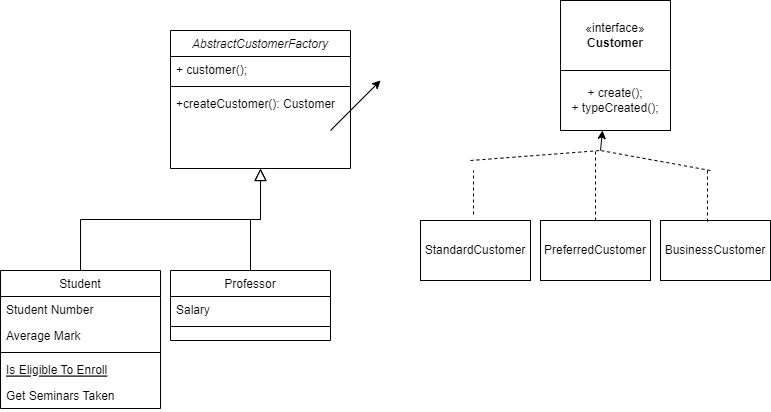
Before: Assign3Part3 Diagram.drawio.png, a diagram exported from draw.io (jimmyjazz31/CS665Assign3). Source tidied: cells renumbered, new cells last; positions are measured from the earlier drawing's top-left corner, leaving out a move shared by most shapes.
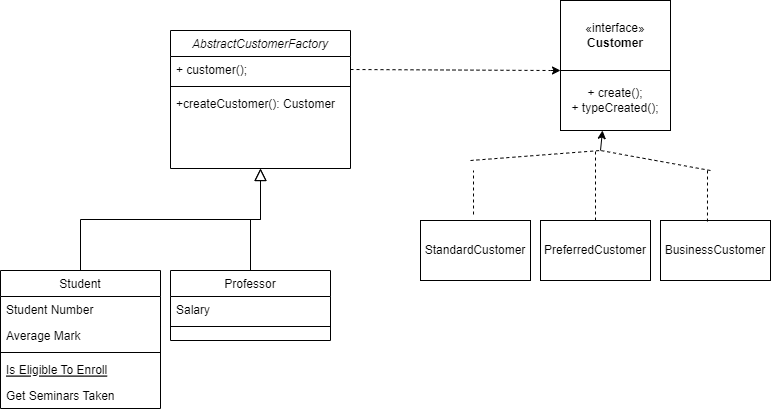
The same file after the commit.

What changed in the source:
```diff
@@ -89,16 +89,20 @@
         <mxPoint x="600" y="150" as="targetPoint" />
       </mxGeometry>
     </mxCell>
-    <mxCell id="27" style="endArrow=classic;html=1;rounded=0;" parent="1" edge="1">
-      <mxGeometry relative="1" as="geometry">
-        <mxPoint x="330" y="130" as="sourcePoint" />
-        <mxPoint x="380" y="80" as="targetPoint" />
-      </mxGeometry>
-    </mxCell>
     <mxCell id="28" style="endArrow=classic;html=1;rounded=0;entryX=0.382;entryY=1;entryDx=0;entryDy=0;entryPerimeter=0;" parent="1" edge="1" target="19">
       <mxGeometry relative="1" as="geometry">
         <mxPoint x="600" y="150" as="sourcePoint" />
       </mxGeometry>
     </mxCell>
+    <mxCell id="29" style="endArrow=none;dashed=1;html=1;rounded=0;exitX=1;exitY=0.5;exitDx=0;exitDy=0;" parent="1" edge="1" source="3">
+      <mxGeometry relative="1" as="geometry">
+        <mxPoint x="550" y="70" as="targetPoint" />
+      </mxGeometry>
+    </mxCell>
+    <mxCell id="30" style="endArrow=classic;html=1;rounded=0;entryX=0;entryY=1;entryDx=0;entryDy=0;" parent="1" edge="1" target="17">
+      <mxGeometry relative="1" as="geometry">
+        <mxPoint x="550" y="70" as="sourcePoint" />
+      </mxGeometry>
+    </mxCell>
   </root>
 </mxGraphModel>
```
